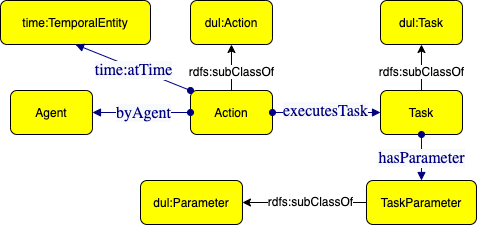
This is src/Action.png from luigi-asprino/MON, a draw.io export, as it was before one commit. Source tidied: cells renumbered, new cells last; positions are measured from the earlier drawing's top-left corner, leaving out a move shared by most shapes.
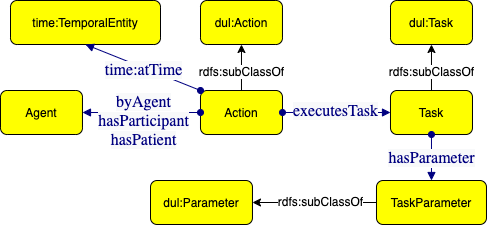
Later version of the same file.

Diff of the diagram source:
```diff
@@ -40,14 +40,14 @@
       <mxGeometry x="366" y="180" width="110" height="44" as="geometry" />
     </mxCell>
     <mxCell id="13" value="Agent" style="graphMlID=n4;shape=rect;rounded=1;arcsize=30;fillColor=#ffff00;strokeColor=#000000;strokeWidth=1.0;" parent="1" vertex="1">
-      <mxGeometry x="10" y="90" width="82" height="44" as="geometry" />
+      <mxGeometry x="-10" y="90" width="82" height="44" as="geometry" />
     </mxCell>
     <mxCell id="14" style="graphMlID=e0;rounded=0;endArrow=block;strokeColor=#000080;strokeWidth=1.0;startArrow=oval;startFill=1;endFill=1;exitX=0;exitY=0.5;exitDx=0;exitDy=0;entryX=1;entryY=0.5;entryDx=0;entryDy=0;" parent="1" edge="1" source="2" target="13">
       <mxGeometry relative="1" as="geometry" />
     </mxCell>
-    <mxCell id="15" value="&lt;span style=&quot;color: rgb(0 , 0 , 128) ; font-family: &amp;#34;dialog&amp;#34; ; font-size: 16px ; background-color: rgb(248 , 249 , 250)&quot;&gt;byAgent&lt;/span&gt;" style="text;html=1;align=center;verticalAlign=middle;labelBackgroundColor=#ffffff;" parent="14" vertex="1">
+    <mxCell id="15" value="&lt;span style=&quot;color: rgb(0 , 0 , 128) ; font-family: &amp;#34;dialog&amp;#34; ; font-size: 16px ; background-color: rgb(248 , 249 , 250)&quot;&gt;byAgent&lt;br&gt;hasParticipant&lt;br&gt;hasPatient&lt;br&gt;&lt;/span&gt;" style="text;html=1;align=center;verticalAlign=middle;labelBackgroundColor=#ffffff;" parent="14" vertex="1">
       <mxGeometry x="-0.02" y="2" relative="1" as="geometry">
-        <mxPoint y="-2" as="offset" />
+        <mxPoint y="6" as="offset" />
       </mxGeometry>
     </mxCell>
     <mxCell id="16" value="time:TemporalEntity" style="graphMlID=n4;shape=rect;rounded=1;arcsize=30;fillColor=#ffff00;strokeColor=#000000;strokeWidth=1.0;" parent="1" vertex="1">
```
